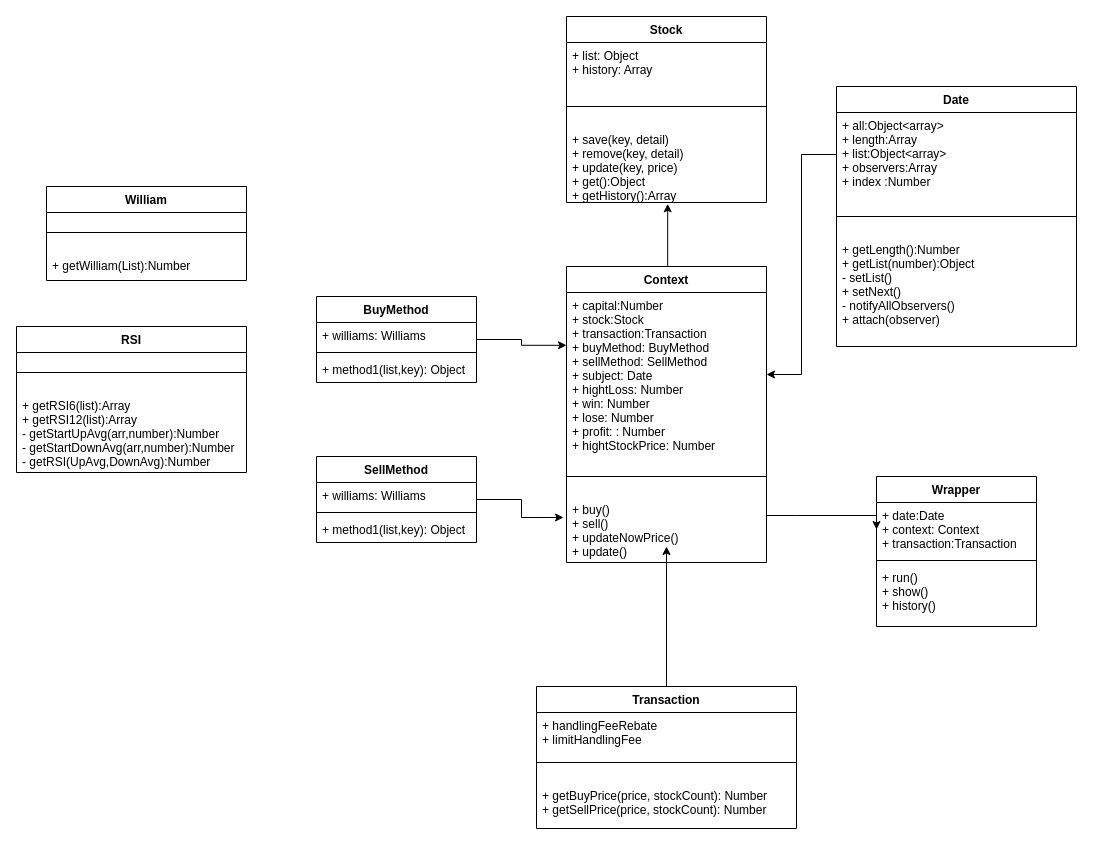
Earlier version of the draw.io diagram 股票回測系統.drawio (cosmic1330/inquirer). Source tidied: cells renumbered, new cells numbered last; positions are measured from the earlier drawing's top-left corner, leaving out a move shared by most shapes. Both pictures are drawn from the tidied source at 100%, with x=0, y=0 at pixel (16, 16).
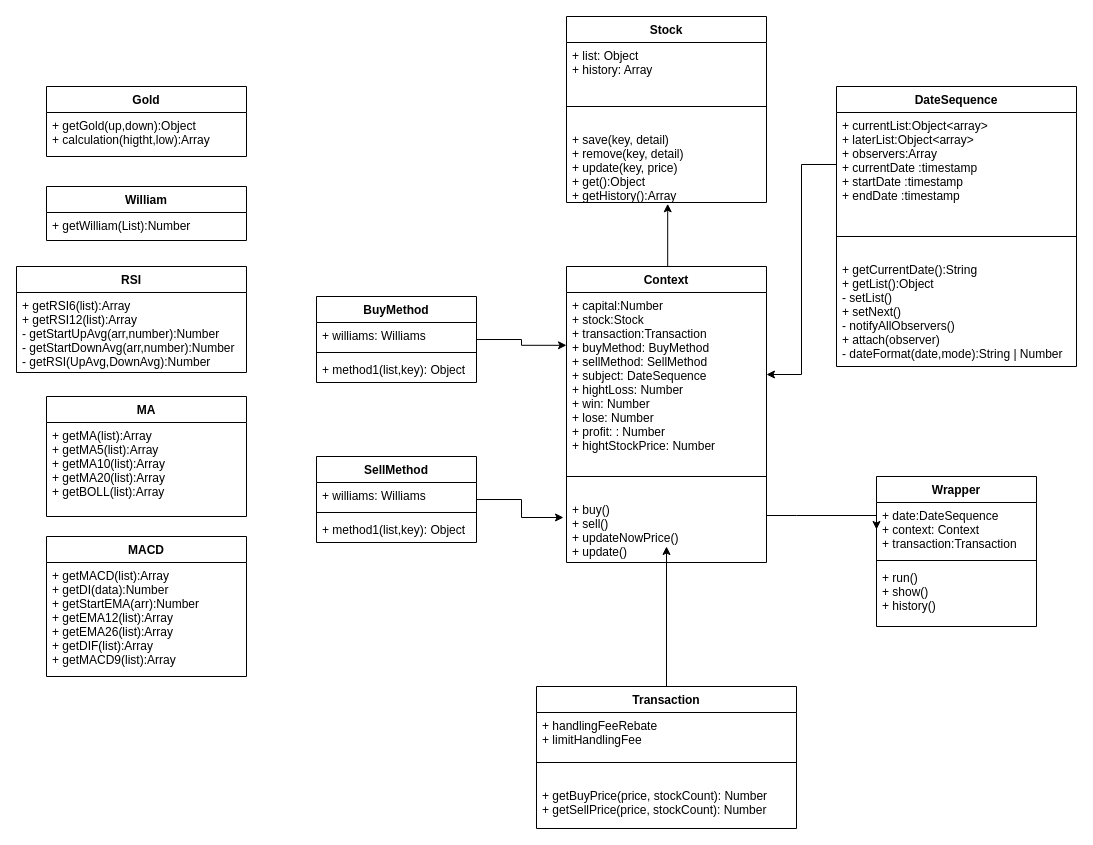
The same diagram, later.

Commit message (it also covers changes not shown here):
Change date sequence

The change refers to these unchanged cells:
```xml
<mxCell id="3" value="Context" style="swimlane;fontStyle=1;align=center;verticalAlign=top;horizontal=1;startSize=26;" parent="1" vertex="1">
  <mxGeometry x="550" y="250" width="200" height="296" as="geometry" />
</mxCell>
<mxCell id="34" value="Wrapper" style="swimlane;fontStyle=1;align=center;verticalAlign=top;horizontal=1;startSize=26;" parent="1" vertex="1">
  <mxGeometry x="860" y="460" width="160" height="150" as="geometry" />
</mxCell>
```

Diff of the diagram source:
```diff
@@
-    <mxCell id="4" value="+ capital:Number&#10;+ stock:Stock&#10;+ transaction:Transaction&#10;+ buyMethod: BuyMethod&#10;+ sellMethod: SellMethod&#10;+ subject: Date&#10;+ hightLoss: Number&#10;+ win: Number&#10;+ lose: Number&#10;+ profit: : Number&#10;+ hightStockPrice: Number&#10;" style="text;strokeColor=none;fillColor=none;align=left;verticalAlign=top;spacingLeft=4;spacingRight=4;overflow=hidden;points=[[0,0.5],[1,0.5]];portConstraint=eastwest;" parent="3" vertex="1">
+    <mxCell id="4" value="+ capital:Number&#10;+ stock:Stock&#10;+ transaction:Transaction&#10;+ buyMethod: BuyMethod&#10;+ sellMethod: SellMethod&#10;+ subject: DateSequence&#10;+ hightLoss: Number&#10;+ win: Number&#10;+ lose: Number&#10;+ profit: : Number&#10;+ hightStockPrice: Number&#10;" style="text;strokeColor=none;fillColor=none;align=left;verticalAlign=top;spacingLeft=4;spacingRight=4;overflow=hidden;points=[[0,0.5],[1,0.5]];portConstraint=eastwest;" parent="3" vertex="1">
       <mxGeometry y="26" width="200" height="164" as="geometry" />
     </mxCell>
@@
-    <mxCell id="16" value="Date" style="swimlane;fontStyle=1;align=center;verticalAlign=top;horizontal=1;startSize=26;" parent="1" vertex="1">
-      <mxGeometry x="820" y="70" width="240" height="260" as="geometry" />
+    <mxCell id="16" value="DateSequence" style="swimlane;fontStyle=1;align=center;verticalAlign=top;horizontal=1;startSize=26;" parent="1" vertex="1">
+      <mxGeometry x="820" y="70" width="240" height="280" as="geometry" />
     </mxCell>
-    <mxCell id="17" value="+ all:Object&lt;array&gt;&#10;+ length:Array&#10;+ list:Object&lt;array&gt;&#10;+ observers:Array&#10;+ index :Number&#10;" style="text;strokeColor=none;fillColor=none;align=left;verticalAlign=top;spacingLeft=4;spacingRight=4;overflow=hidden;points=[[0,0.5],[1,0.5]];portConstraint=eastwest;" parent="16" vertex="1">
-      <mxGeometry y="26" width="240" height="84" as="geometry" />
+    <mxCell id="17" value="+ currentList:Object&lt;array&gt;&#10;+ laterList:Object&lt;array&gt;&#10;+ observers:Array&#10;+ currentDate :timestamp&#10;+ startDate :timestamp&#10;+ endDate :timestamp&#10;" style="text;strokeColor=none;fillColor=none;align=left;verticalAlign=top;spacingLeft=4;spacingRight=4;overflow=hidden;points=[[0,0.5],[1,0.5]];portConstraint=eastwest;" parent="16" vertex="1">
+      <mxGeometry y="26" width="240" height="104" as="geometry" />
     </mxCell>
     <mxCell id="18" style="line;strokeWidth=1;fillColor=none;align=left;verticalAlign=middle;spacingTop=-1;spacingLeft=3;spacingRight=3;labelPosition=right;" parent="16" vertex="1">
-      <mxGeometry y="110" width="240" height="40" as="geometry" />
+      <mxGeometry y="130" width="240" height="40" as="geometry" />
     </mxCell>
-    <mxCell id="19" value="+ getLength():Number&#10;+ getList(number):Object&#10;- setList()&#10;+ setNext()&#10;- notifyAllObservers()&#10;+ attach(observer)" style="text;strokeColor=none;fillColor=none;align=left;verticalAlign=top;spacingLeft=4;spacingRight=4;overflow=hidden;" parent="16" vertex="1">
-      <mxGeometry y="150" width="240" height="110" as="geometry" />
+    <mxCell id="19" value="+ getCurrentDate():String&#10;+ getList():Object&#10;- setList()&#10;+ setNext()&#10;- notifyAllObservers()&#10;+ attach(observer)&#10;- dateFormat(date,mode):String | Number" style="text;strokeColor=none;fillColor=none;align=left;verticalAlign=top;spacingLeft=4;spacingRight=4;overflow=hidden;" parent="16" vertex="1">
+      <mxGeometry y="170" width="240" height="110" as="geometry" />
     </mxCell>
     <mxCell id="20" value="William" style="swimlane;fontStyle=1;align=center;verticalAlign=top;horizontal=1;startSize=26;" parent="1" vertex="1">
-      <mxGeometry x="30" y="170" width="200" height="94" as="geometry" />
+      <mxGeometry x="30" y="170" width="200" height="54" as="geometry" />
     </mxCell>
-    <mxCell id="21" style="line;strokeWidth=1;fillColor=none;align=left;verticalAlign=middle;spacingTop=-1;spacingLeft=3;spacingRight=3;labelPosition=right;" parent="20" vertex="1">
-      <mxGeometry y="26" width="200" height="40" as="geometry" />
-    </mxCell>
     <mxCell id="22" value="+ getWilliam(List):Number" style="text;strokeColor=none;fillColor=none;align=left;verticalAlign=top;spacingLeft=4;spacingRight=4;overflow=hidden;" parent="20" vertex="1">
-      <mxGeometry y="66" width="200" height="28" as="geometry" />
+      <mxGeometry y="26" width="200" height="28" as="geometry" />
     </mxCell>
@@
-    <mxCell id="35" value="+ date:Date&#10;+ context: Context&#10;+ transaction:Transaction" style="text;strokeColor=none;fillColor=none;align=left;verticalAlign=top;spacingLeft=4;spacingRight=4;overflow=hidden;points=[[0,0.5],[1,0.5]];portConstraint=eastwest;" parent="34" vertex="1">
+    <mxCell id="35" value="+ date:DateSequence&#10;+ context: Context&#10;+ transaction:Transaction" style="text;strokeColor=none;fillColor=none;align=left;verticalAlign=top;spacingLeft=4;spacingRight=4;overflow=hidden;points=[[0,0.5],[1,0.5]];portConstraint=eastwest;" parent="34" vertex="1">
       <mxGeometry y="26" width="160" height="54" as="geometry" />
     </mxCell>
@@
     <mxCell id="39" value="RSI" style="swimlane;fontStyle=1;align=center;verticalAlign=top;horizontal=1;startSize=26;" parent="1" vertex="1">
-      <mxGeometry y="310" width="230" height="146" as="geometry" />
+      <mxGeometry y="250" width="230" height="106" as="geometry" />
     </mxCell>
-    <mxCell id="40" style="line;strokeWidth=1;fillColor=none;align=left;verticalAlign=middle;spacingTop=-1;spacingLeft=3;spacingRight=3;labelPosition=right;" parent="39" vertex="1">
-      <mxGeometry y="26" width="230" height="40" as="geometry" />
-    </mxCell>
     <mxCell id="41" value="+ getRSI6(list):Array&#10;+ getRSI12(list):Array&#10;- getStartUpAvg(arr,number):Number&#10;- getStartDownAvg(arr,number):Number&#10;- getRSI(UpAvg,DownAvg):Number" style="text;strokeColor=none;fillColor=none;align=left;verticalAlign=top;spacingLeft=4;spacingRight=4;overflow=hidden;" parent="39" vertex="1">
-      <mxGeometry y="66" width="230" height="80" as="geometry" />
+      <mxGeometry y="26" width="230" height="80" as="geometry" />
     </mxCell>
+    <mxCell id="42" value="Gold" style="swimlane;fontStyle=1;align=center;verticalAlign=top;horizontal=1;startSize=26;" parent="1" vertex="1">
+      <mxGeometry x="30" y="70" width="200" height="70" as="geometry" />
+    </mxCell>
+    <mxCell id="43" value="+ getGold(up,down):Object&#10;+ calculation(higtht,low):Array" style="text;strokeColor=none;fillColor=none;align=left;verticalAlign=top;spacingLeft=4;spacingRight=4;overflow=hidden;" parent="42" vertex="1">
+      <mxGeometry y="26" width="200" height="44" as="geometry" />
+    </mxCell>
+    <mxCell id="44" value="MA" style="swimlane;fontStyle=1;align=center;verticalAlign=top;horizontal=1;startSize=26;" parent="1" vertex="1">
+      <mxGeometry x="30" y="380" width="200" height="120" as="geometry" />
+    </mxCell>
+    <mxCell id="45" value="+ getMA(list):Array&#10;+ getMA5(list):Array&#10;+ getMA10(list):Array&#10;+ getMA20(list):Array&#10;+ getBOLL(list):Array" style="text;strokeColor=none;fillColor=none;align=left;verticalAlign=top;spacingLeft=4;spacingRight=4;overflow=hidden;" parent="44" vertex="1">
+      <mxGeometry y="26" width="200" height="94" as="geometry" />
+    </mxCell>
+    <mxCell id="46" value="MACD" style="swimlane;fontStyle=1;align=center;verticalAlign=top;horizontal=1;startSize=26;" parent="1" vertex="1">
+      <mxGeometry x="30" y="520" width="200" height="140" as="geometry" />
+    </mxCell>
+    <mxCell id="47" value="+ getMACD(list):Array&#10;+ getDI(data):Number&#10;+ getStartEMA(arr):Number&#10;+ getEMA12(list):Array&#10;+ getEMA26(list):Array&#10;+ getDIF(list):Array&#10;+ getMACD9(list):Array&#10;" style="text;strokeColor=none;fillColor=none;align=left;verticalAlign=top;spacingLeft=4;spacingRight=4;overflow=hidden;" parent="46" vertex="1">
+      <mxGeometry y="26" width="200" height="114" as="geometry" />
+    </mxCell>
```
